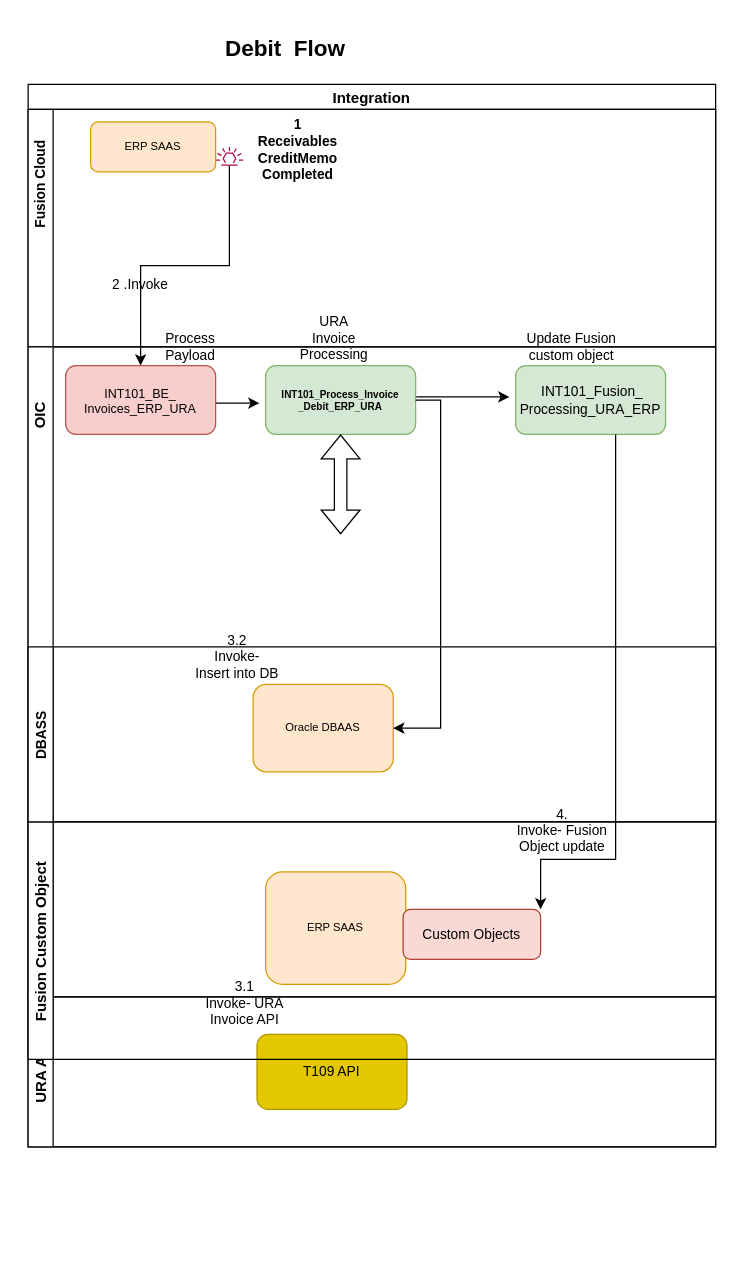
This is Debit-Flow Diagram.drawio from anantwag19/Workspace, a draw.io file, before an edit. Source tidied: cells renumbered, new cells numbered last; positions are measured from the earlier drawing's top-left corner, leaving out a move shared by most shapes. Both pictures are drawn from the tidied source at 125%, with x=0, y=0 at pixel (-16, 34).
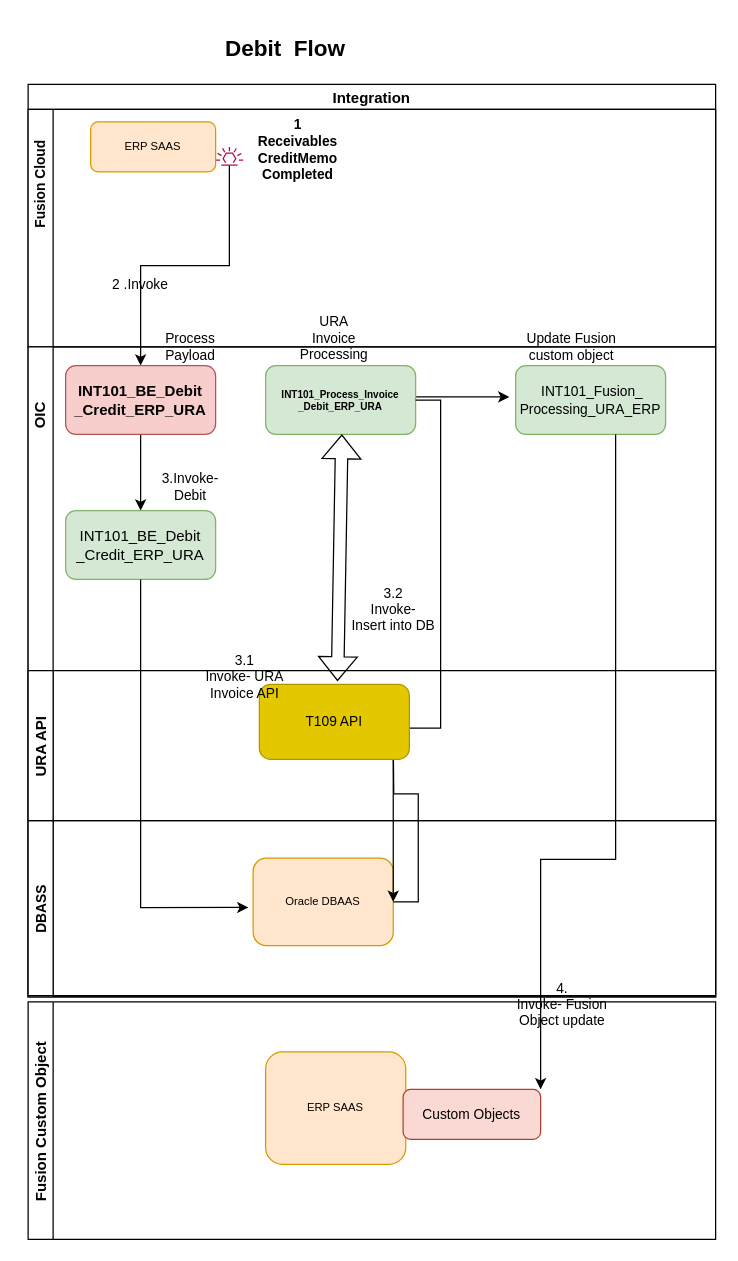
After the change.

The change refers to these unchanged cells:
```xml
<mxCell id="5" style="sketch=0;outlineConnect=0;fontColor=#232F3E;gradientColor=none;fillColor=#B0084D;strokeColor=none;dashed=0;verticalLabelPosition=bottom;verticalAlign=top;align=center;html=1;fontSize=12;fontStyle=0;shape=mxgraph.aws4.eventbridge_default_event_bus_resource;" parent="3" vertex="1">
  <mxGeometry x="150" y="30" width="22.1" height="15" as="geometry" />
</mxCell>
<mxCell id="10" style="swimlane;startSize=20;horizontal=0;" parent="2" vertex="1">
  <mxGeometry y="210" width="550" height="520" as="geometry" />
</mxCell>
<mxCell id="30" value="Oracle DBAAS" style="rounded=1;whiteSpace=wrap;html=1;fontSize=9;fillColor=#ffe6cc;strokeColor=#d79b00;" parent="29" vertex="1">
  <mxGeometry x="180" y="30" width="112.1" height="70" as="geometry" />
</mxCell>
```

Change to the diagram source:
```diff
@@
     <mxCell id="2" value="Integration " style="swimlane;horizontal=1;startSize=20;" parent="1" vertex="1">
-      <mxGeometry x="35" y="40" width="550" height="850" as="geometry" />
+      <mxGeometry x="35" y="40" width="550" height="730" as="geometry" />
     </mxCell>
@@
+    <mxCell id="22" style="edgeStyle=orthogonalEdgeStyle;rounded=0;jettySize=auto;html=1;fontSize=11;" parent="2" edge="1" source="5" target="14">
+      <mxGeometry relative="1" as="geometry" />
+    </mxCell>
@@
-    <mxCell id="12" style="edgeStyle=orthogonalEdgeStyle;rounded=0;orthogonalLoop=1;jettySize=auto;html=1;fontSize=9;" parent="10" edge="1">
-      <mxGeometry relative="1" as="geometry">
-        <mxPoint x="150" y="45" as="sourcePoint" />
-        <mxPoint x="185" y="45" as="targetPoint" />
-      </mxGeometry>
-    </mxCell>
@@
+    <mxCell id="35" style="edgeStyle=orthogonalEdgeStyle;rounded=0;jettySize=auto;html=1;fontSize=11;" parent="10" edge="1" source="14" target="36">
+      <mxGeometry relative="1" as="geometry" />
+    </mxCell>
-    <mxCell id="14" value="&lt;div style=&quot;font-size: 10px&quot;&gt;&lt;a name=&quot;_Toc93504366&quot; style=&quot;font-size: 10px&quot;&gt;&lt;span style=&quot;font-size: 10px&quot; lang=&quot;EN-GB&quot;&gt;INT101_BE_&lt;/span&gt;&lt;/a&gt;&lt;/div&gt;&lt;div style=&quot;font-size: 10px&quot;&gt;&lt;a name=&quot;_Toc93504366&quot; style=&quot;font-size: 10px&quot;&gt;&lt;span style=&quot;font-size: 10px&quot; lang=&quot;EN-GB&quot;&gt;Invoices_ERP_URA&lt;/span&gt;&lt;/a&gt;&lt;/div&gt;" style="rounded=1;whiteSpace=wrap;html=1;fillColor=#f8cecc;strokeColor=#b85450;" parent="10" vertex="1">
+    <mxCell id="14" value="&lt;div&gt;INT101_BE_Debit&lt;/div&gt;&lt;div&gt;_Credit_ERP_URA&lt;/div&gt;" style="rounded=1;whiteSpace=wrap;html=1;fillColor=#f8cecc;strokeColor=#b85450;fontStyle=1;" parent="10" vertex="1">
       <mxGeometry x="30" y="15" width="120" height="55" as="geometry" />
     </mxCell>
@@
-    <mxCell id="18" style="shape=flexArrow;endArrow=classic;startArrow=classic;html=1;rounded=0;fontSize=9;" parent="10" edge="1">
+    <mxCell id="18" style="shape=flexArrow;endArrow=classic;startArrow=classic;html=1;rounded=0;fontSize=9;exitX=0.593;exitY=-0.037;exitDx=0;exitDy=0;exitPerimeter=0;" parent="10" edge="1">
       <mxGeometry relative="1" as="geometry">
-        <mxPoint x="250" y="150" as="sourcePoint" />
-        <mxPoint x="250" y="70" as="targetPoint" />
+        <mxPoint x="247.5" y="267.4" as="sourcePoint" />
+        <mxPoint x="251" y="70" as="targetPoint" />
       </mxGeometry>
     </mxCell>
-    <mxCell id="19" value="URA API" style="swimlane;startSize=20;horizontal=0;" parent="2" vertex="1">
-      <mxGeometry y="730" width="550" height="120" as="geometry" />
-    </mxCell>
-    <mxCell id="20" value="T109 API " style="rounded=1;whiteSpace=wrap;html=1;fontSize=11;fillColor=#e3c800;fontColor=#000000;strokeColor=#B09500;" parent="19" vertex="1">
-      <mxGeometry x="183.1" y="30" width="120" height="60" as="geometry" />
-    </mxCell>
-    <mxCell id="21" value="&lt;div&gt;3.1&lt;/div&gt;&lt;div&gt;Invoke- URA Invoice API&lt;/div&gt;" style="text;html=1;strokeColor=none;fillColor=none;align=center;verticalAlign=middle;whiteSpace=wrap;rounded=0;fontSize=11;" parent="19" vertex="1">
-      <mxGeometry x="126" y="-15" width="95" height="40" as="geometry" />
-    </mxCell>
-    <mxCell id="22" style="edgeStyle=orthogonalEdgeStyle;rounded=0;jettySize=auto;html=1;fontSize=11;" parent="2" edge="1" source="5" target="14">
-      <mxGeometry relative="1" as="geometry" />
-    </mxCell>
+    <mxCell id="36" value="INT101_BE_Debit _Credit_ERP_URA" style="rounded=1;whiteSpace=wrap;html=1;fillColor=#d5e8d4;strokeColor=#82b366;" parent="10" vertex="1">
+      <mxGeometry x="30" y="131" width="120" height="55" as="geometry" />
+    </mxCell>
+    <mxCell id="31" value="&lt;div&gt;3.2&lt;/div&gt;&lt;div&gt;Invoke- &lt;br&gt;&lt;/div&gt;&lt;div&gt;Insert into DB&lt;br&gt;&lt;/div&gt;" style="text;html=1;strokeColor=none;fillColor=none;align=center;verticalAlign=middle;whiteSpace=wrap;rounded=0;fontSize=11;" parent="10" vertex="1">
+      <mxGeometry x="245" y="190" width="95" height="40" as="geometry" />
+    </mxCell>
+    <mxCell id="37" value="3.Invoke-Debit " style="text;html=1;strokeColor=none;fillColor=none;align=center;verticalAlign=middle;whiteSpace=wrap;rounded=0;fontSize=11;" parent="10" vertex="1">
+      <mxGeometry x="100" y="97" width="60" height="30" as="geometry" />
+    </mxCell>
@@
     <mxCell id="25" value="Fusion Custom Object" style="swimlane;startSize=20;horizontal=0;fontSize=12;fontStyle=1;" parent="1" vertex="1">
-      <mxGeometry x="35" y="630" width="550" height="190" as="geometry" />
+      <mxGeometry x="35" y="774" width="550" height="190" as="geometry" />
     </mxCell>
@@
     <mxCell id="29" value="DBASS" style="swimlane;startSize=20;horizontal=0;fontSize=11;" parent="1" vertex="1">
-      <mxGeometry x="35" y="490" width="550" height="140" as="geometry" />
+      <mxGeometry x="35" y="629" width="550" height="140" as="geometry" />
     </mxCell>
@@
-    <mxCell id="31" value="&lt;div&gt;3.2&lt;/div&gt;&lt;div&gt;Invoke- &lt;br&gt;&lt;/div&gt;&lt;div&gt;Insert into DB&lt;br&gt;&lt;/div&gt;" style="text;html=1;strokeColor=none;fillColor=none;align=center;verticalAlign=middle;whiteSpace=wrap;rounded=0;fontSize=11;" parent="29" vertex="1">
-      <mxGeometry x="120" y="-12" width="95" height="40" as="geometry" />
-    </mxCell>
@@
+    <mxCell id="38" style="edgeStyle=orthogonalEdgeStyle;rounded=0;jettySize=auto;html=1;fontSize=11;entryX=-0.034;entryY=0.564;entryDx=0;entryDy=0;entryPerimeter=0;" parent="1" edge="1" source="36" target="30">
+      <mxGeometry relative="1" as="geometry">
+        <Array as="points">
+          <mxPoint x="125" y="698" />
+        </Array>
+      </mxGeometry>
+    </mxCell>
+    <mxCell id="19" value="URA API" style="swimlane;startSize=20;horizontal=0;" parent="1" vertex="1">
+      <mxGeometry x="35" y="509" width="550" height="120" as="geometry" />
+    </mxCell>
+    <mxCell id="20" value="T109 API " style="rounded=1;whiteSpace=wrap;html=1;fontSize=11;fillColor=#e3c800;fontColor=#000000;strokeColor=#B09500;" parent="19" vertex="1">
+      <mxGeometry x="185" y="11" width="120" height="60" as="geometry" />
+    </mxCell>
+    <mxCell id="21" value="&lt;div&gt;3.1&lt;/div&gt;&lt;div&gt;Invoke- URA Invoice API&lt;/div&gt;" style="text;html=1;strokeColor=none;fillColor=none;align=center;verticalAlign=middle;whiteSpace=wrap;rounded=0;fontSize=11;" parent="19" vertex="1">
+      <mxGeometry x="126" y="-15" width="95" height="40" as="geometry" />
+    </mxCell>
```
